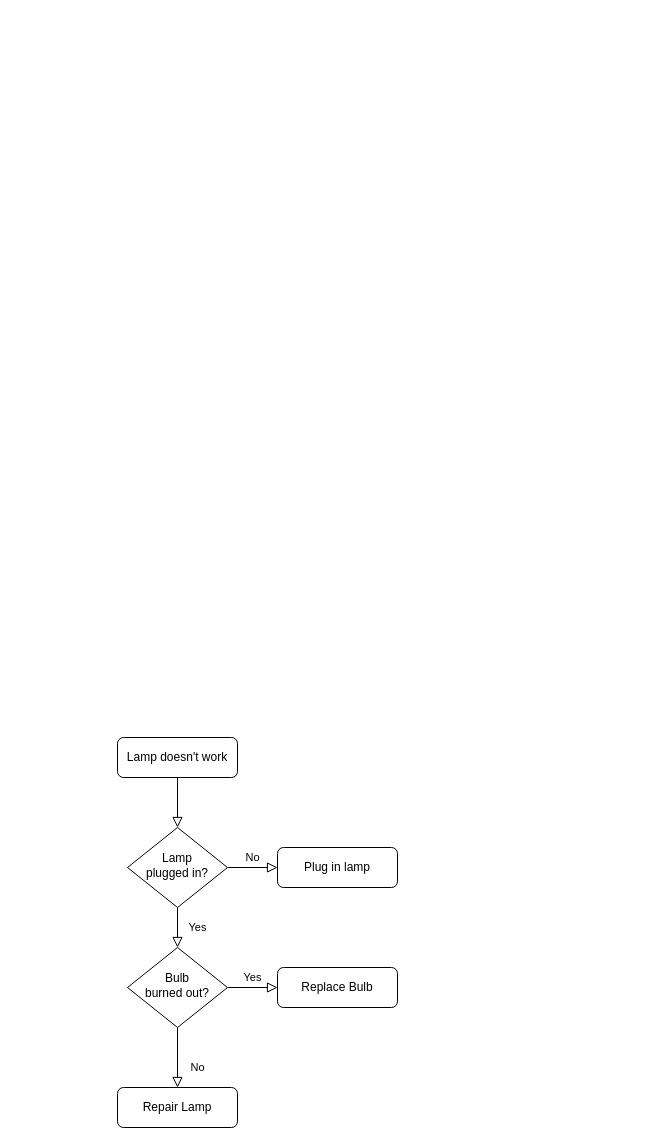
Before: page "Page-1" (1 of 2) of Untitled Diagram.drawio in wangxueyuan/learngit, a draw.io diagram. Source tidied: cells renumbered, new cells numbered last; positions are measured from the earlier drawing's top-left corner, leaving out a move shared by most shapes. Both pictures are drawn from the tidied source at 100%, with x=0, y=0 at pixel (117, 737).
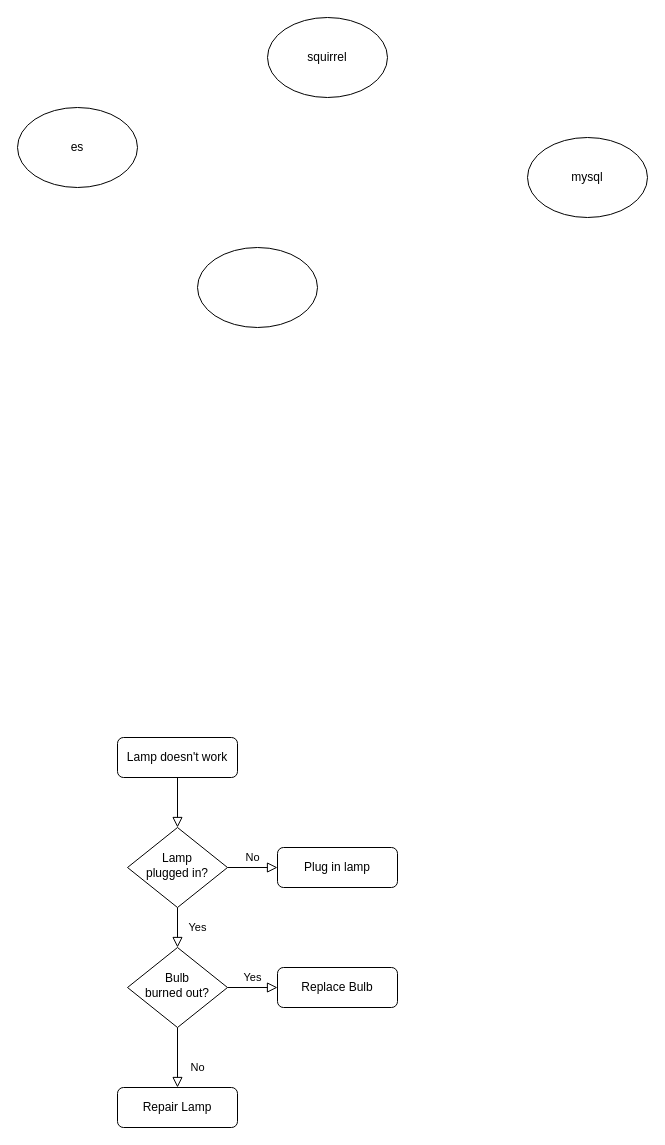
After the change.

Commit message:
中心仓绑定共享仓

The edit, as a diff of the source:
```diff
@@
 <mxGraphModel>
   <root>
     <mxCell id="0" />
     <mxCell id="1" parent="0" />
     <mxCell id="2" style="rounded=0;html=1;jettySize=auto;fontSize=11;endArrow=block;endFill=0;endSize=8;strokeWidth=1;shadow=0;labelBackgroundColor=none;edgeStyle=orthogonalEdgeStyle;" parent="1" edge="1" source="3" target="6">
       <mxGeometry relative="1" as="geometry" />
     </mxCell>
     <mxCell id="3" value="Lamp doesn't work" style="rounded=1;whiteSpace=wrap;html=1;fontSize=12;glass=0;strokeWidth=1;shadow=0;" parent="1" vertex="1">
       <mxGeometry width="120" height="40" as="geometry" />
     </mxCell>
     <mxCell id="4" value="Yes" style="rounded=0;html=1;jettySize=auto;fontSize=11;endArrow=block;endFill=0;endSize=8;strokeWidth=1;shadow=0;labelBackgroundColor=none;edgeStyle=orthogonalEdgeStyle;" parent="1" edge="1" source="6" target="10">
       <mxGeometry y="20" relative="1" as="geometry" />
     </mxCell>
     <mxCell id="5" value="No" style="edgeStyle=orthogonalEdgeStyle;rounded=0;html=1;jettySize=auto;fontSize=11;endArrow=block;endFill=0;endSize=8;strokeWidth=1;shadow=0;labelBackgroundColor=none;" parent="1" edge="1" source="6" target="7">
       <mxGeometry y="10" relative="1" as="geometry" />
     </mxCell>
     <mxCell id="6" value="Lamp&lt;br&gt;plugged in?" style="rhombus;whiteSpace=wrap;html=1;shadow=0;fontFamily=Helvetica;fontSize=12;align=center;strokeWidth=1;spacing=6;spacingTop=-4;" parent="1" vertex="1">
       <mxGeometry x="10" y="90" width="100" height="80" as="geometry" />
     </mxCell>
     <mxCell id="7" value="Plug in lamp" style="rounded=1;whiteSpace=wrap;html=1;fontSize=12;glass=0;strokeWidth=1;shadow=0;" parent="1" vertex="1">
       <mxGeometry x="160" y="110" width="120" height="40" as="geometry" />
     </mxCell>
     <mxCell id="8" value="No" style="rounded=0;html=1;jettySize=auto;fontSize=11;endArrow=block;endFill=0;endSize=8;strokeWidth=1;shadow=0;labelBackgroundColor=none;edgeStyle=orthogonalEdgeStyle;" parent="1" edge="1" source="10" target="11">
       <mxGeometry x="0.33" y="20" relative="1" as="geometry" />
     </mxCell>
     <mxCell id="9" value="Yes" style="edgeStyle=orthogonalEdgeStyle;rounded=0;html=1;jettySize=auto;fontSize=11;endArrow=block;endFill=0;endSize=8;strokeWidth=1;shadow=0;labelBackgroundColor=none;" parent="1" edge="1" source="10" target="12">
       <mxGeometry y="10" relative="1" as="geometry" />
     </mxCell>
     <mxCell id="10" value="Bulb&lt;br&gt;burned out?" style="rhombus;whiteSpace=wrap;html=1;shadow=0;fontFamily=Helvetica;fontSize=12;align=center;strokeWidth=1;spacing=6;spacingTop=-4;" parent="1" vertex="1">
       <mxGeometry x="10" y="210" width="100" height="80" as="geometry" />
     </mxCell>
     <mxCell id="11" value="Repair Lamp" style="rounded=1;whiteSpace=wrap;html=1;fontSize=12;glass=0;strokeWidth=1;shadow=0;" parent="1" vertex="1">
       <mxGeometry y="350" width="120" height="40" as="geometry" />
     </mxCell>
     <mxCell id="12" value="Replace Bulb" style="rounded=1;whiteSpace=wrap;html=1;fontSize=12;glass=0;strokeWidth=1;shadow=0;" parent="1" vertex="1">
       <mxGeometry x="160" y="230" width="120" height="40" as="geometry" />
     </mxCell>
+    <mxCell id="13" value="es" style="ellipse;whiteSpace=wrap;html=1;" parent="1" vertex="1">
+      <mxGeometry x="-100" y="-630" width="120" height="80" as="geometry" />
+    </mxCell>
+    <mxCell id="14" value="squirrel" style="ellipse;whiteSpace=wrap;html=1;" parent="1" vertex="1">
+      <mxGeometry x="150" y="-720" width="120" height="80" as="geometry" />
+    </mxCell>
+    <mxCell id="15" value="mysql" style="ellipse;whiteSpace=wrap;html=1;" parent="1" vertex="1">
+      <mxGeometry x="410" y="-600" width="120" height="80" as="geometry" />
+    </mxCell>
+    <mxCell id="16" style="ellipse;whiteSpace=wrap;html=1;" parent="1" vertex="1">
+      <mxGeometry x="80" y="-490" width="120" height="80" as="geometry" />
+    </mxCell>
   </root>
 </mxGraphModel>
```
